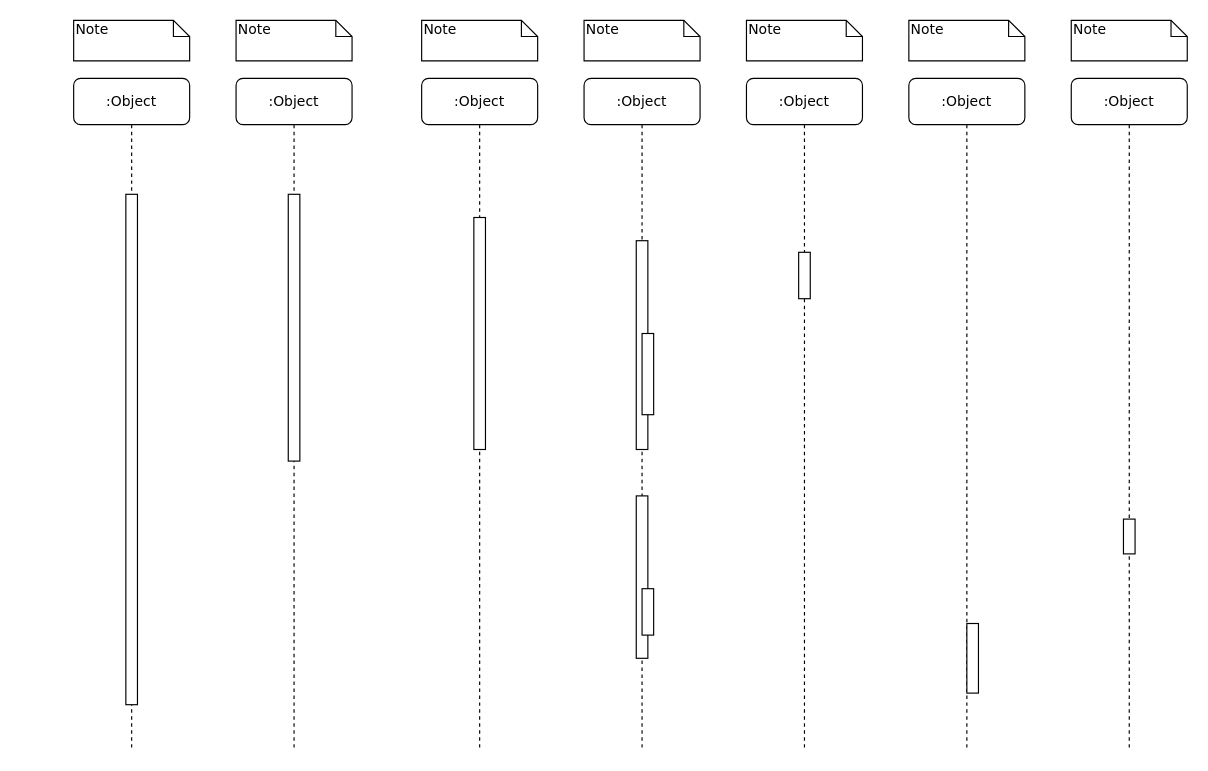
Before: 未命名绘图.drawio in lz111676/Drawing-Bed, a draw.io diagram. Source tidied: cells renumbered, new cells numbered last; positions are measured from the earlier drawing's top-left corner, leaving out a move shared by most shapes. Both pictures are drawn from the tidied source at 116%, with x=0, y=0 at pixel (73, 20).
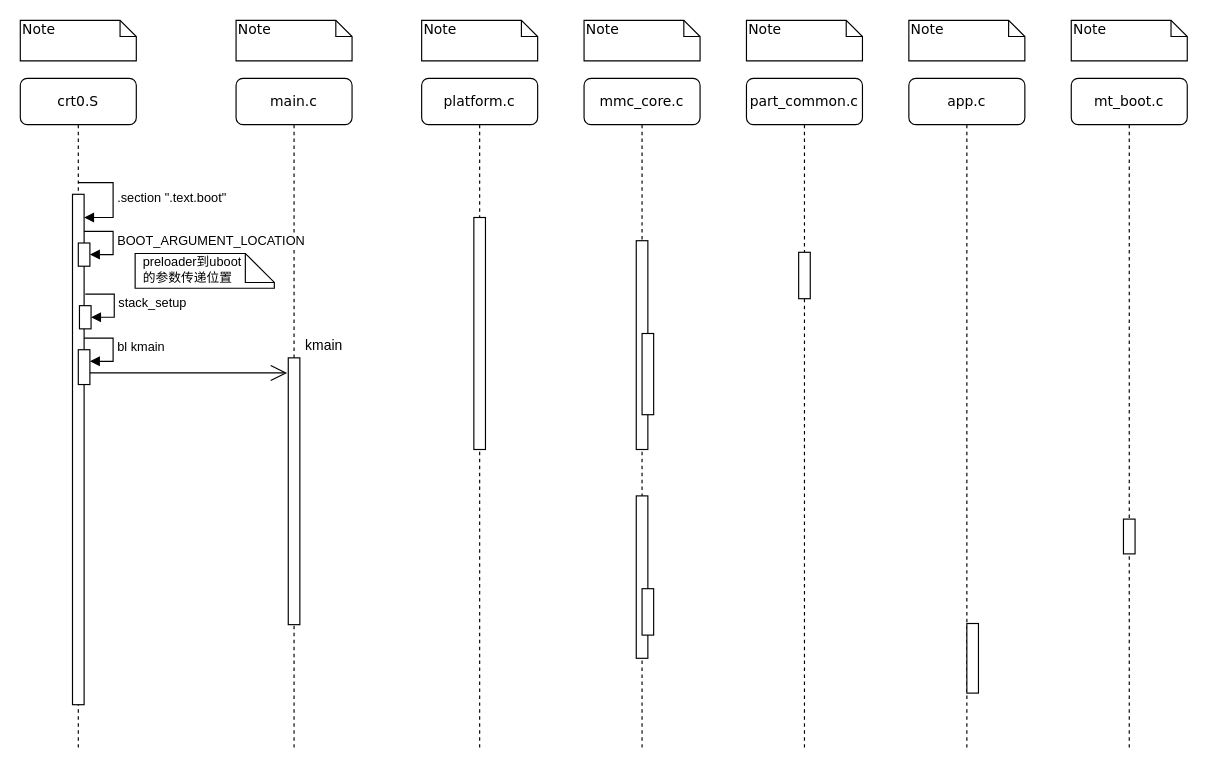
The same page after the edit.

Commit message:
更新未命名绘图.drawio

Diff of the diagram source:
```diff
@@
-    <mxCell id="2" value=":Object" style="shape=umlLifeline;perimeter=lifelinePerimeter;whiteSpace=wrap;html=1;rounded=1;shadow=0;comic=0;labelBackgroundColor=none;strokeWidth=1;fontFamily=Verdana;fontSize=12;align=center;" parent="1" vertex="1">
+    <mxCell id="2" value="main.c" style="shape=umlLifeline;perimeter=lifelinePerimeter;whiteSpace=wrap;html=1;rounded=1;shadow=0;comic=0;labelBackgroundColor=none;strokeWidth=1;fontFamily=Verdana;fontSize=12;align=center;" parent="1" vertex="1">
       <mxGeometry x="140" y="50" width="100" height="580" as="geometry" />
     </mxCell>
     <mxCell id="3" style="html=1;perimeter=orthogonalPerimeter;rounded=0;shadow=0;comic=0;labelBackgroundColor=none;strokeWidth=1;fontFamily=Verdana;fontSize=12;align=center;" parent="2" vertex="1">
-      <mxGeometry x="45" y="100" width="10" height="230" as="geometry" />
+      <mxGeometry x="45" y="241" width="10" height="230" as="geometry" />
     </mxCell>
-    <mxCell id="4" value=":Object" style="shape=umlLifeline;perimeter=lifelinePerimeter;whiteSpace=wrap;html=1;rounded=1;shadow=0;comic=0;labelBackgroundColor=none;strokeWidth=1;fontFamily=Verdana;fontSize=12;align=center;" parent="1" vertex="1">
+    <mxCell id="4" value="platform.c" style="shape=umlLifeline;perimeter=lifelinePerimeter;whiteSpace=wrap;html=1;rounded=1;shadow=0;comic=0;labelBackgroundColor=none;strokeWidth=1;fontFamily=Verdana;fontSize=12;align=center;" parent="1" vertex="1">
       <mxGeometry x="300" y="50" width="100" height="580" as="geometry" />
     </mxCell>
@@
-    <mxCell id="6" value=":Object" style="shape=umlLifeline;perimeter=lifelinePerimeter;whiteSpace=wrap;html=1;rounded=1;shadow=0;comic=0;labelBackgroundColor=none;strokeWidth=1;fontFamily=Verdana;fontSize=12;align=center;" parent="1" vertex="1">
+    <mxCell id="6" value="mmc_core.c" style="shape=umlLifeline;perimeter=lifelinePerimeter;whiteSpace=wrap;html=1;rounded=1;shadow=0;comic=0;labelBackgroundColor=none;strokeWidth=1;fontFamily=Verdana;fontSize=12;align=center;" parent="1" vertex="1">
       <mxGeometry x="440" y="50" width="100" height="580" as="geometry" />
     </mxCell>
-    <mxCell id="7" value=":Object" style="shape=umlLifeline;perimeter=lifelinePerimeter;whiteSpace=wrap;html=1;rounded=1;shadow=0;comic=0;labelBackgroundColor=none;strokeWidth=1;fontFamily=Verdana;fontSize=12;align=center;" parent="1" vertex="1">
+    <mxCell id="7" value="part_common.c" style="shape=umlLifeline;perimeter=lifelinePerimeter;whiteSpace=wrap;html=1;rounded=1;shadow=0;comic=0;labelBackgroundColor=none;strokeWidth=1;fontFamily=Verdana;fontSize=12;align=center;" parent="1" vertex="1">
       <mxGeometry x="580" y="50" width="100" height="580" as="geometry" />
     </mxCell>
-    <mxCell id="8" value=":Object" style="shape=umlLifeline;perimeter=lifelinePerimeter;whiteSpace=wrap;html=1;rounded=1;shadow=0;comic=0;labelBackgroundColor=none;strokeWidth=1;fontFamily=Verdana;fontSize=12;align=center;" parent="1" vertex="1">
+    <mxCell id="8" value="app.c" style="shape=umlLifeline;perimeter=lifelinePerimeter;whiteSpace=wrap;html=1;rounded=1;shadow=0;comic=0;labelBackgroundColor=none;strokeWidth=1;fontFamily=Verdana;fontSize=12;align=center;" parent="1" vertex="1">
       <mxGeometry x="720" y="50" width="100" height="580" as="geometry" />
     </mxCell>
-    <mxCell id="9" value=":Object" style="shape=umlLifeline;perimeter=lifelinePerimeter;whiteSpace=wrap;html=1;rounded=1;shadow=0;comic=0;labelBackgroundColor=none;strokeWidth=1;fontFamily=Verdana;fontSize=12;align=center;" parent="1" vertex="1">
+    <mxCell id="9" value="mt_boot.c" style="shape=umlLifeline;perimeter=lifelinePerimeter;whiteSpace=wrap;html=1;rounded=1;shadow=0;comic=0;labelBackgroundColor=none;strokeWidth=1;fontFamily=Verdana;fontSize=12;align=center;" parent="1" vertex="1">
       <mxGeometry x="860" y="50" width="100" height="580" as="geometry" />
     </mxCell>
-    <mxCell id="10" value=":Object" style="shape=umlLifeline;perimeter=lifelinePerimeter;whiteSpace=wrap;html=1;rounded=1;shadow=0;comic=0;labelBackgroundColor=none;strokeWidth=1;fontFamily=Verdana;fontSize=12;align=center;" parent="1" vertex="1">
-      <mxGeometry y="50" width="100" height="580" as="geometry" />
+    <mxCell id="10" value="crt0.S" style="shape=umlLifeline;perimeter=lifelinePerimeter;whiteSpace=wrap;html=1;rounded=1;shadow=0;comic=0;labelBackgroundColor=none;strokeWidth=1;fontFamily=Verdana;fontSize=12;align=center;" parent="1" vertex="1">
+      <mxGeometry x="-46" y="50" width="100" height="580" as="geometry" />
     </mxCell>
@@
+    <mxCell id="26" style="html=1;points=[[0,0,0,0,5],[0,1,0,0,-5],[1,0,0,0,5],[1,1,0,0,-5]];perimeter=orthogonalPerimeter;outlineConnect=0;targetShapes=umlLifeline;portConstraint=eastwest;newEdgeStyle={&quot;curved&quot;:0,&quot;rounded&quot;:0};" parent="10" vertex="1">
+      <mxGeometry x="50" y="142" width="10" height="20" as="geometry" />
+    </mxCell>
+    <mxCell id="27" value="BOOT_ARGUMENT_LOCATION" style="html=1;align=left;spacingLeft=2;endArrow=block;rounded=0;edgeStyle=orthogonalEdgeStyle;curved=0;rounded=0;" parent="10" edge="1" target="26">
+      <mxGeometry relative="1" as="geometry">
+        <mxPoint x="55" y="132" as="sourcePoint" />
+        <Array as="points">
+          <mxPoint x="80" y="132" />
+          <mxPoint x="80" y="152" />
+        </Array>
+      </mxGeometry>
+    </mxCell>
+    <mxCell id="28" value=".section &quot;.text.boot&quot;" style="html=1;align=left;spacingLeft=2;endArrow=block;rounded=0;edgeStyle=orthogonalEdgeStyle;curved=0;rounded=0;" parent="10" edge="1">
+      <mxGeometry relative="1" as="geometry">
+        <mxPoint x="50" y="90" as="sourcePoint" />
+        <mxPoint x="55" y="120" as="targetPoint" />
+        <Array as="points">
+          <mxPoint x="80" y="90" />
+          <mxPoint x="80" y="120" />
+        </Array>
+      </mxGeometry>
+    </mxCell>
+    <mxCell id="29" style="endArrow=open;endFill=1;endSize=12;html=1;rounded=0;" parent="10" edge="1">
+      <mxGeometry relative="1" as="geometry">
+        <mxPoint x="60" y="254" as="sourcePoint" />
+        <mxPoint x="230" y="254" as="targetPoint" />
+      </mxGeometry>
+    </mxCell>
@@
     <mxCell id="19" value="Note" style="shape=note;whiteSpace=wrap;html=1;size=14;verticalAlign=top;align=left;spacingTop=-6;rounded=0;shadow=0;comic=0;labelBackgroundColor=none;strokeWidth=1;fontFamily=Verdana;fontSize=12;" parent="1" vertex="1">
-      <mxGeometry width="100" height="35" as="geometry" />
+      <mxGeometry x="-46" width="100" height="35" as="geometry" />
     </mxCell>
@@
+    <mxCell id="30" style="html=1;points=[[0,0,0,0,5],[0,1,0,0,-5],[1,0,0,0,5],[1,1,0,0,-5]];perimeter=orthogonalPerimeter;outlineConnect=0;targetShapes=umlLifeline;portConstraint=eastwest;newEdgeStyle={&quot;curved&quot;:0,&quot;rounded&quot;:0};" parent="1" vertex="1">
+      <mxGeometry x="5" y="246" width="10" height="20" as="geometry" />
+    </mxCell>
+    <mxCell id="31" value="stack_setup" style="html=1;align=left;spacingLeft=2;endArrow=block;rounded=0;edgeStyle=orthogonalEdgeStyle;curved=0;rounded=0;" parent="1" edge="1" target="30">
+      <mxGeometry relative="1" as="geometry">
+        <mxPoint x="10" y="236" as="sourcePoint" />
+        <Array as="points">
+          <mxPoint x="35" y="236" />
+          <mxPoint x="35" y="256" />
+        </Array>
+      </mxGeometry>
+    </mxCell>
+    <mxCell id="32" style="html=1;points=[[0,0,0,0,5],[0,1,0,0,-5],[1,0,0,0,5],[1,1,0,0,-5]];perimeter=orthogonalPerimeter;outlineConnect=0;targetShapes=umlLifeline;portConstraint=eastwest;newEdgeStyle={&quot;curved&quot;:0,&quot;rounded&quot;:0};" parent="1" vertex="1">
+      <mxGeometry x="4" y="284" width="10" height="30" as="geometry" />
+    </mxCell>
+    <mxCell id="33" value="bl kmain" style="html=1;align=left;spacingLeft=2;endArrow=block;rounded=0;edgeStyle=orthogonalEdgeStyle;curved=0;rounded=0;" parent="1" edge="1" target="32">
+      <mxGeometry relative="1" as="geometry">
+        <mxPoint x="9" y="274" as="sourcePoint" />
+        <Array as="points">
+          <mxPoint x="34" y="274" />
+          <mxPoint x="34" y="294" />
+        </Array>
+      </mxGeometry>
+    </mxCell>
+    <mxCell id="34" value="kmain" style="text;strokeColor=none;fillColor=none;align=left;verticalAlign=top;spacingLeft=4;spacingRight=4;overflow=hidden;whiteSpace=wrap;html=1;" parent="1" vertex="1">
+      <mxGeometry x="194" y="267" width="100" height="26" as="geometry" />
+    </mxCell>
+    <mxCell id="35" style="shape=note2;boundedLbl=1;whiteSpace=wrap;html=1;size=25;verticalAlign=top;align=left;spacingLeft=5;" parent="1" vertex="1">
+      <mxGeometry x="53" y="201" width="120" height="30" as="geometry" />
+    </mxCell>
+    <mxCell id="36" value="&lt;font style=&quot;font-size: 11px;&quot;&gt;preloader到uboot&lt;/font&gt;&lt;div&gt;&lt;font style=&quot;font-size: 11px;&quot;&gt;的参数传递位置&lt;/font&gt;&lt;/div&gt;" style="text;strokeColor=none;fillColor=none;align=left;verticalAlign=top;spacingLeft=4;spacingRight=4;overflow=hidden;whiteSpace=wrap;html=1;" parent="1" vertex="1">
+      <mxGeometry x="54" y="194" width="110" height="30" as="geometry" />
+    </mxCell>
```
